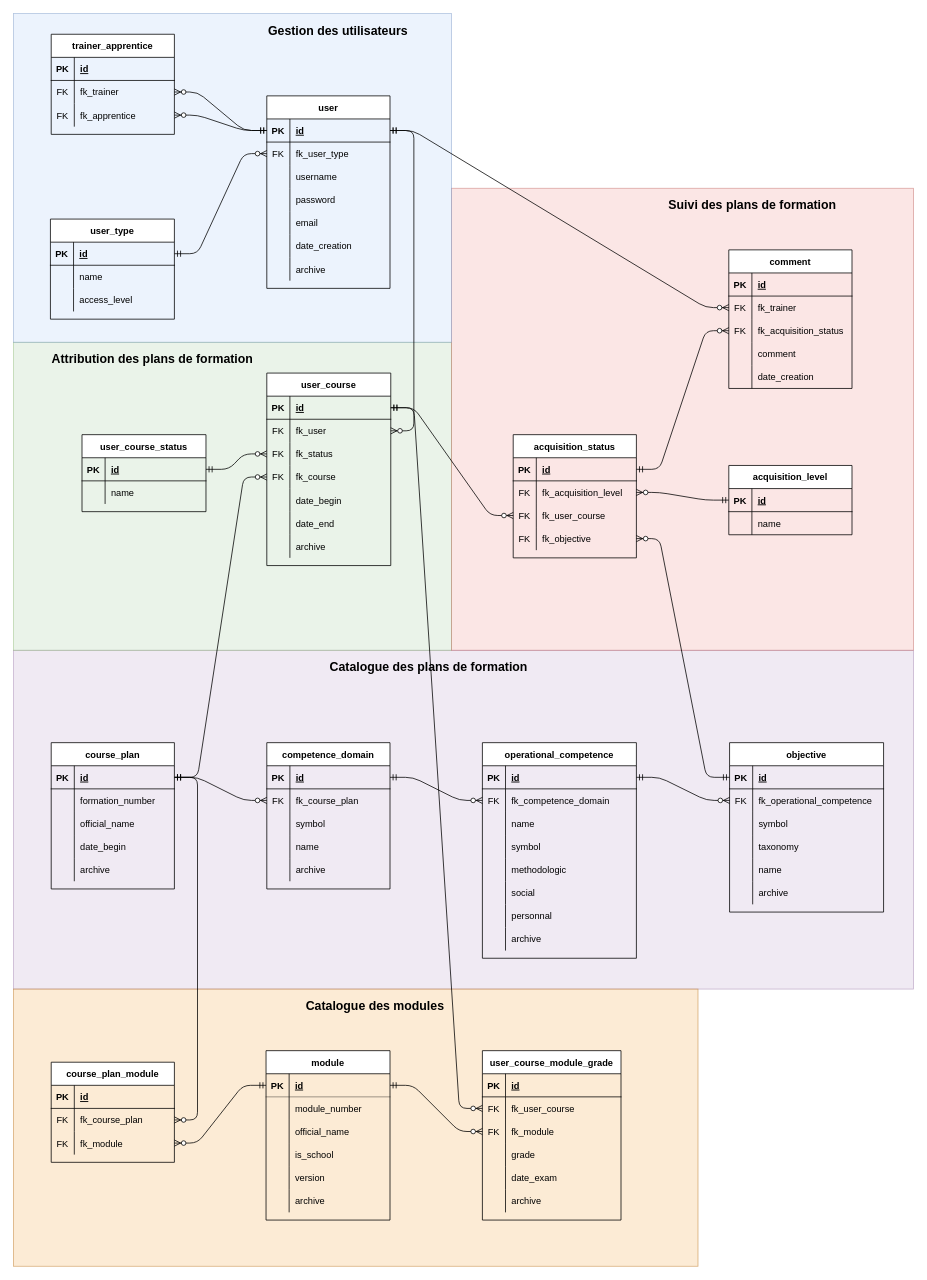
benmoumene/manage-course-codeigniter-4 keeps this draw.io diagram as documentation/db_plafor.drawio. Above is the earlier version. Source tidied: cells renumbered, new cells numbered last; positions are measured from the earlier drawing's top-left corner, leaving out a move shared by most shapes. Both pictures are drawn from the tidied source at 77%, with x=0, y=0 at pixel (13, 13).
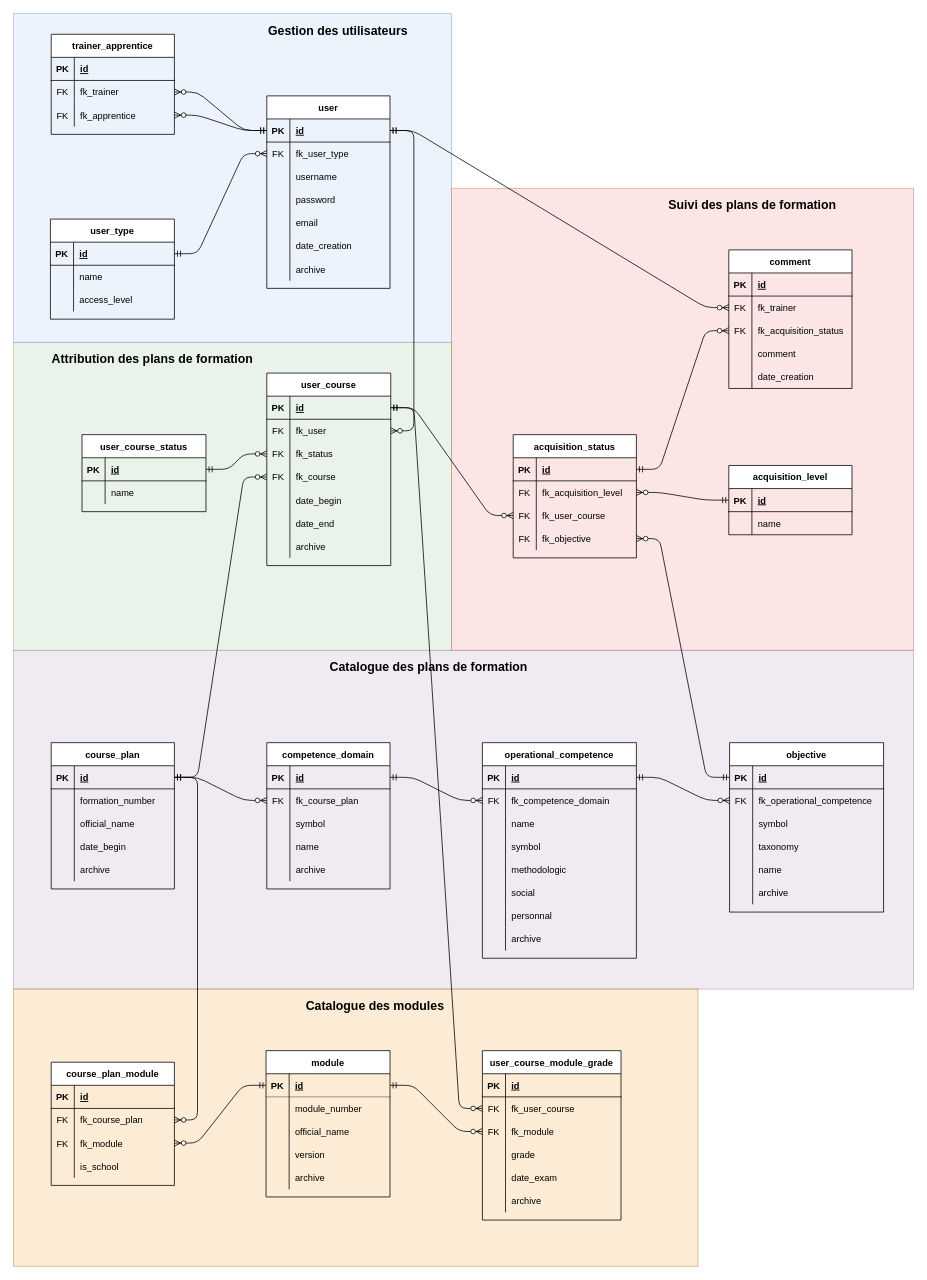
After the change.

What changed in the source:
```diff
@@
     <mxCell id="208" value="module" style="shape=table;startSize=30;childLayout=tableLayout;rowLines=0;fontStyle=1;align=center;swimlaneLine=1;rounded=0;shadow=0;sketch=0;" parent="1" vertex="1">
-      <mxGeometry x="328" y="1347" width="161" height="220" as="geometry" />
+      <mxGeometry x="328" y="1347" width="161" height="190" as="geometry" />
     </mxCell>
@@
-    <mxCell id="218" style="shape=tableRow;horizontal=0;startSize=0;swimlaneHead=0;swimlaneBody=0;fillColor=none;top=0;left=0;right=0;bottom=0;opacity=50;" parent="208" vertex="1">
-      <mxGeometry y="120" width="161" height="30" as="geometry" />
-    </mxCell>
-    <mxCell id="219" style="shape=partialRectangle;fillColor=none;top=0;left=0;bottom=0;right=0;overflow=hidden;opacity=50;" parent="218" vertex="1">
-      <mxGeometry width="30" height="30" as="geometry" />
-    </mxCell>
-    <mxCell id="220" value="is_school" style="shape=partialRectangle;fillColor=none;top=0;left=0;bottom=0;right=0;align=left;spacingLeft=6;overflow=hidden;opacity=50;" parent="218" vertex="1">
-      <mxGeometry x="30" width="131" height="30" as="geometry" />
-    </mxCell>
     <mxCell id="221" style="shape=tableRow;horizontal=0;startSize=0;swimlaneHead=0;swimlaneBody=0;fillColor=none;top=0;left=0;right=0;bottom=0;opacity=50;" parent="208" vertex="1">
-      <mxGeometry y="150" width="161" height="30" as="geometry" />
+      <mxGeometry y="120" width="161" height="30" as="geometry" />
     </mxCell>
@@
     <mxCell id="224" style="shape=tableRow;horizontal=0;startSize=0;swimlaneHead=0;swimlaneBody=0;fillColor=none;top=0;left=0;right=0;bottom=0;opacity=50;" parent="208" vertex="1">
-      <mxGeometry y="180" width="161" height="30" as="geometry" />
+      <mxGeometry y="150" width="161" height="30" as="geometry" />
     </mxCell>
@@
     <mxCell id="227" value="course_plan_module" style="shape=table;startSize=30;childLayout=tableLayout;rowLines=0;fontStyle=1;align=center;rounded=0;shadow=0;sketch=0;" parent="1" vertex="1">
-      <mxGeometry x="49" y="1362" width="160" height="130" as="geometry" />
+      <mxGeometry x="49" y="1362" width="160" height="160" as="geometry" />
     </mxCell>
@@
+    <mxCell id="261" style="shape=tableRow;horizontal=0;startSize=0;swimlaneHead=0;swimlaneBody=0;fillColor=none;top=0;left=0;right=0;bottom=0;rounded=0;shadow=0;sketch=0;" parent="227" vertex="1">
+      <mxGeometry y="120" width="160" height="30" as="geometry" />
+    </mxCell>
+    <mxCell id="262" style="shape=partialRectangle;fillColor=none;top=0;left=0;bottom=0;right=0;overflow=hidden;rounded=0;shadow=0;sketch=0;" parent="261" vertex="1">
+      <mxGeometry width="30" height="30" as="geometry" />
+    </mxCell>
+    <mxCell id="220" value="is_school" style="shape=partialRectangle;fillColor=none;top=0;left=0;bottom=0;right=0;align=left;spacingLeft=6;overflow=hidden;rounded=0;shadow=0;sketch=0;" parent="261" vertex="1">
+      <mxGeometry x="30" width="130" height="30" as="geometry" />
+    </mxCell>
```
